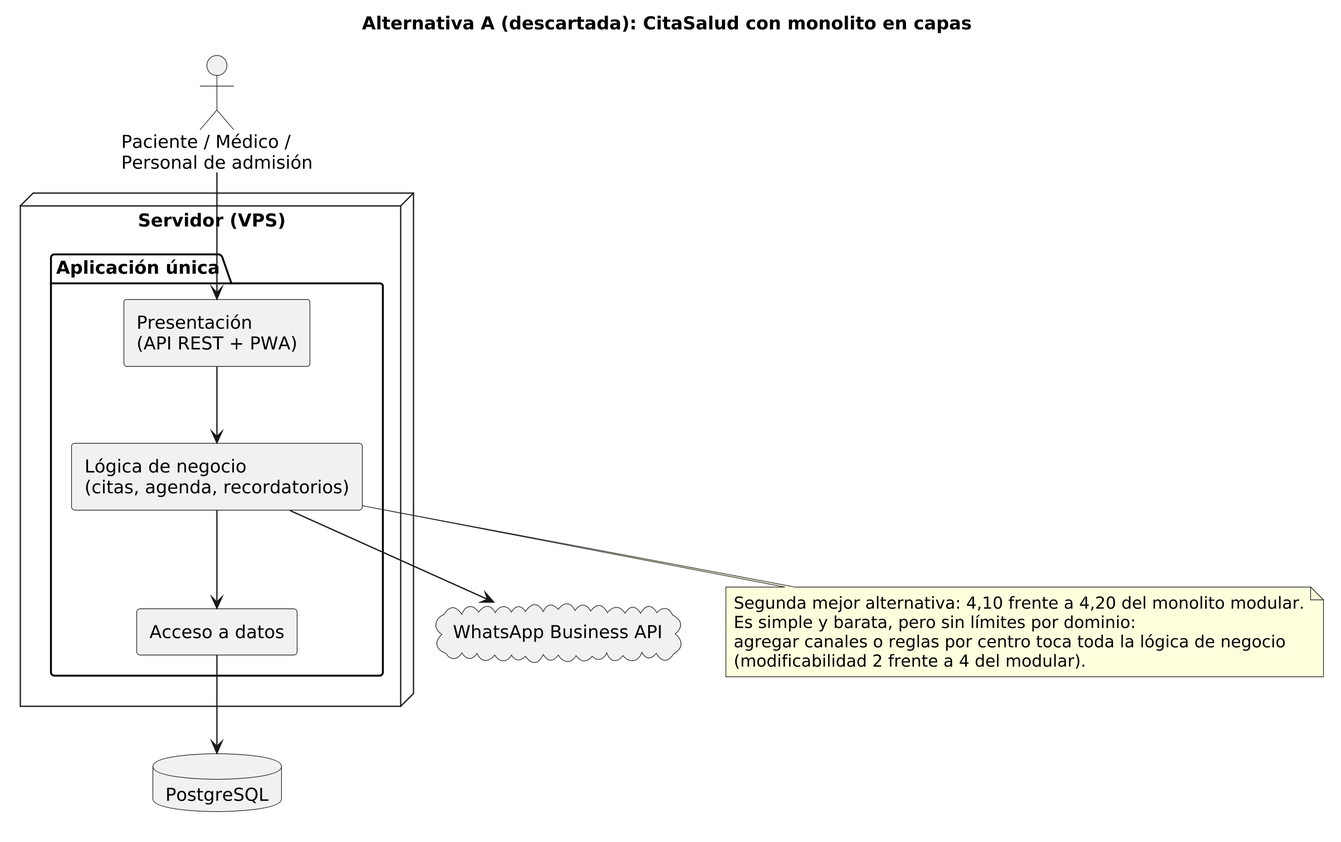
The PlantUML diagram docs/architecture/diagramas/img/alternativa.png in ChristianAlexYana/cs-2026b-lab04-grupo4, before a commit. Its diagram source:
```plantuml
@startuml
skinparam dpi 220
skinparam componentStyle rectangle
skinparam defaultFontName Arial
skinparam backgroundColor white
title Alternativa A (descartada): CitaSalud con monolito en capas
actor "Paciente / Médico /\nPersonal de admisión" as U
node "Servidor (VPS)" {
  package "Aplicación única" {
    component "Presentación\n(API REST + PWA)" as P
    component "Lógica de negocio\n(citas, agenda, recordatorios)" as L
    component "Acceso a datos" as D
  }
}
database "PostgreSQL" as DB
cloud "WhatsApp Business API" as W
U --> P
P --> L
L --> D
D --> DB
L --> W
note bottom of L
  Segunda mejor alternativa: 4,10 frente a 4,20 del monolito modular.
  Es simple y barata, pero sin límites por dominio:
  agregar canales o reglas por centro toca toda la lógica de negocio
  (modificabilidad 2 frente a 4 del modular).
end note
@enduml
```
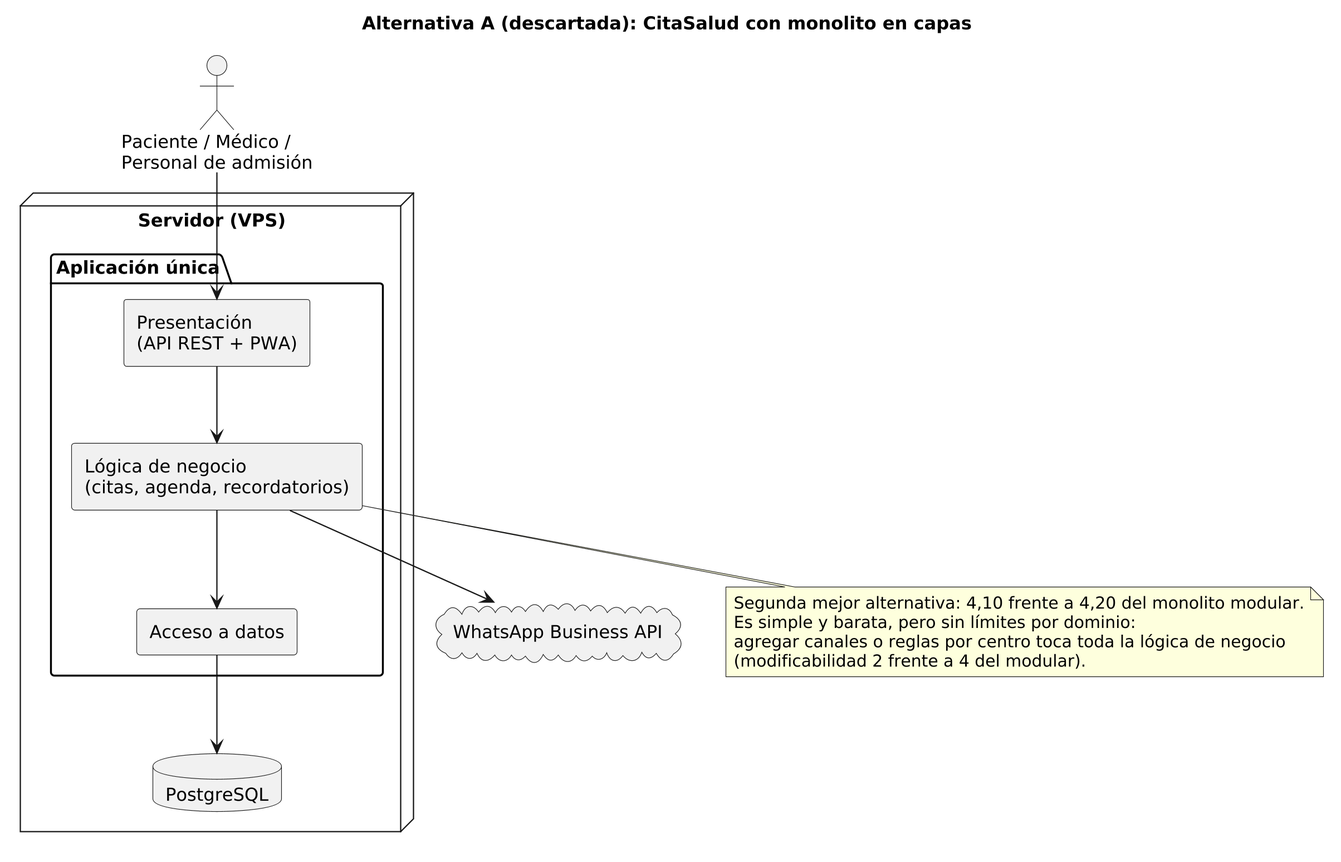
Above is the later version.

Commit message:
E5: PostgreSQL dentro del VPS en alternativa.puml

What changed in the source:
```diff
@@ -11,8 +11,8 @@
     component "Lógica de negocio\n(citas, agenda, recordatorios)" as L
     component "Acceso a datos" as D
   }
+  database "PostgreSQL" as DB
 }
-database "PostgreSQL" as DB
 cloud "WhatsApp Business API" as W
 U --> P
 P --> L
```
